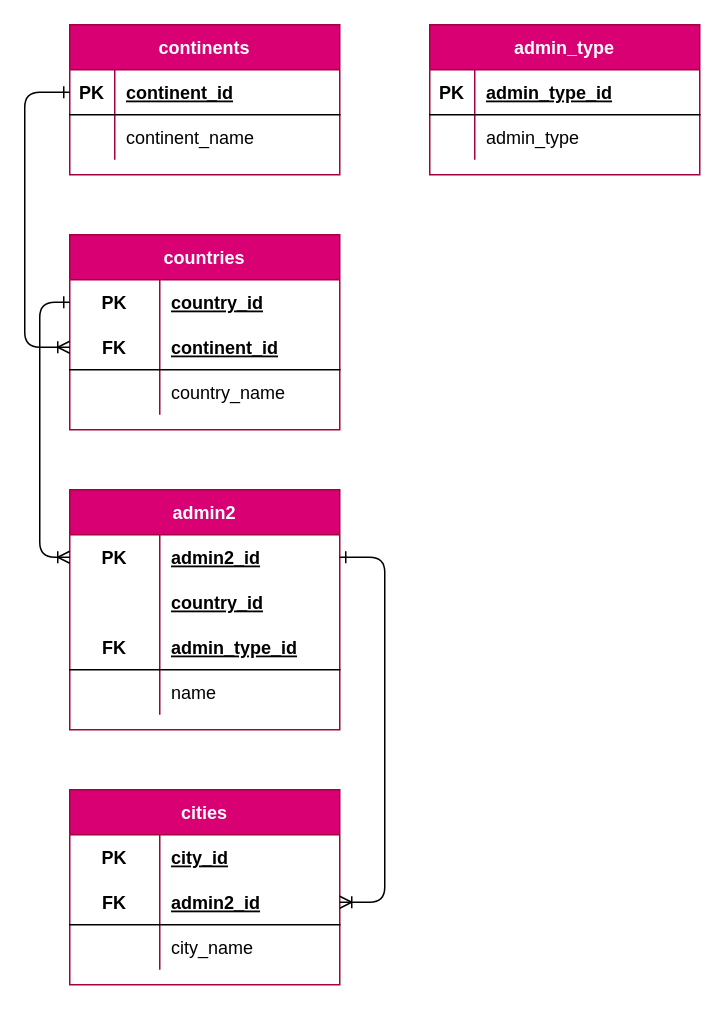
Before: page "model" (2 of 2) of mundo_ER.drawio in r3card0/mundo-octo-potato, a draw.io diagram. Source tidied: cells renumbered, new cells numbered last; positions are measured from the earlier drawing's top-left corner, leaving out a move shared by most shapes. Both pictures are drawn from the tidied source at 150%, with x=0, y=0 at pixel (24, 24).
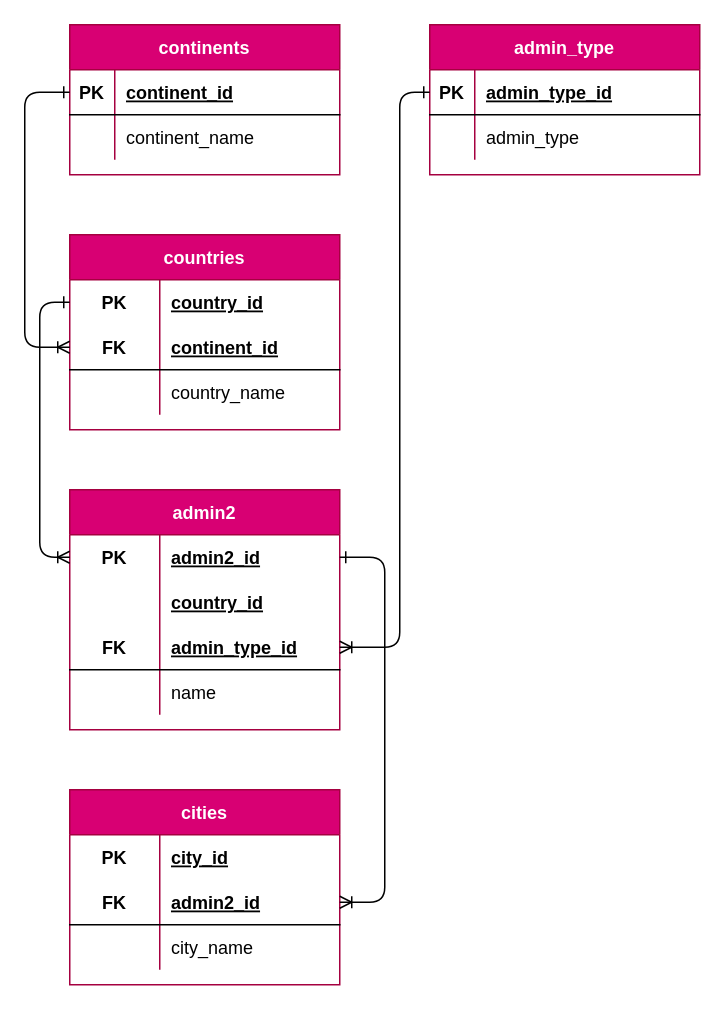
The same diagram, later.

Commit message:
admin type model added

Unchanged cells that the change refers to:
```xml
<mxCell id="26" style="shape=partialRectangle;fillColor=none;top=0;left=0;bottom=1;right=0;points=[[0,0.5],[1,0.5]];portConstraint=eastwest;" parent="19" vertex="1">
  <mxGeometry y="90" width="180" height="30" as="geometry" />
</mxCell>
<mxCell id="46" style="shape=partialRectangle;fillColor=none;top=0;left=0;bottom=1;right=0;points=[[0,0.5],[1,0.5]];portConstraint=eastwest;" parent="45" vertex="1">
  <mxGeometry y="30" width="180" height="30" as="geometry" />
</mxCell>
```

Change to the diagram source:
```diff
@@
+    <mxCell id="52" style="edgeStyle=none;html=1;entryX=1;entryY=0.5;entryDx=0;entryDy=0;startArrow=ERone;startFill=0;endArrow=ERoneToMany;endFill=0;exitX=0;exitY=0.5;exitDx=0;exitDy=0;" parent="1" edge="1" source="46" target="26">
+      <mxGeometry relative="1" as="geometry">
+        <Array as="points">
+          <mxPoint x="250" y="45" />
+          <mxPoint x="250" y="415" />
+        </Array>
+      </mxGeometry>
+    </mxCell>
```
